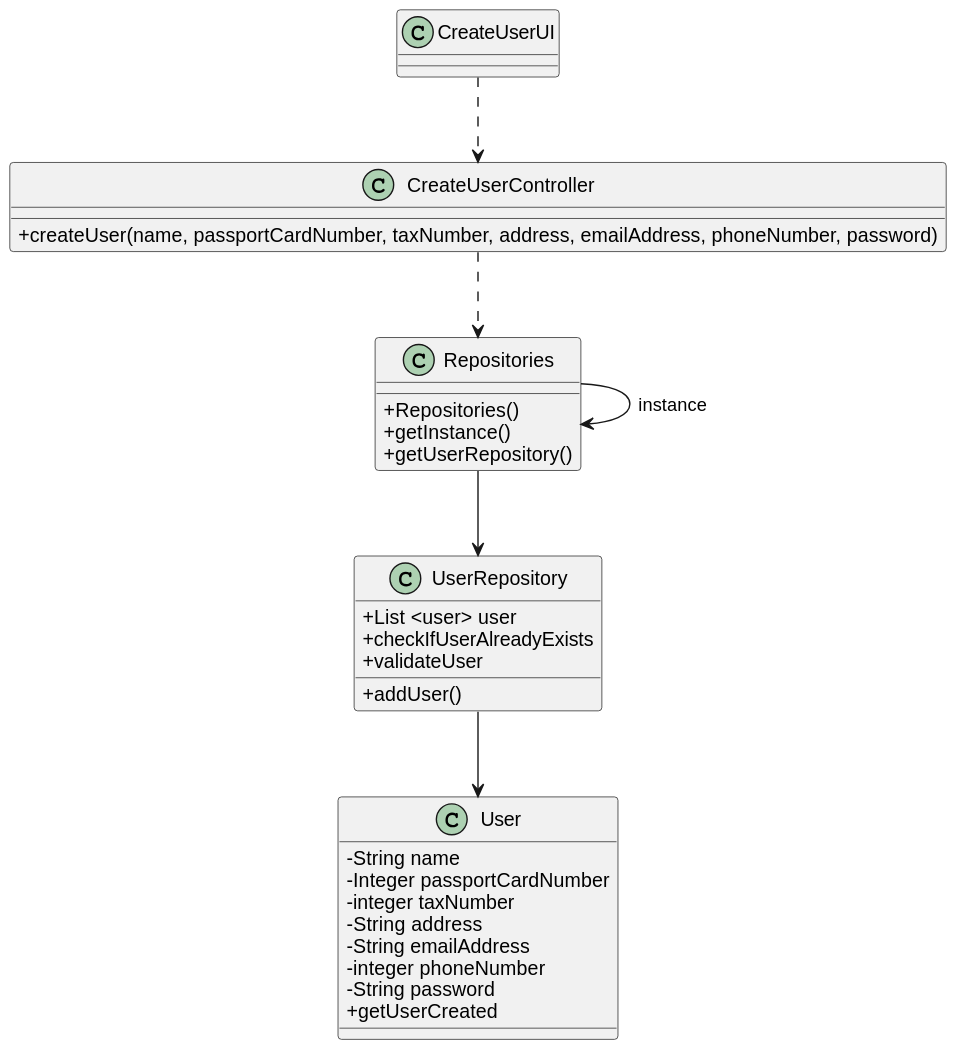
The PlantUML diagram docs/sprintB/us007/03.design/svg/us007-class-diagram.svg in 1220812/LAPR2, before a commit.
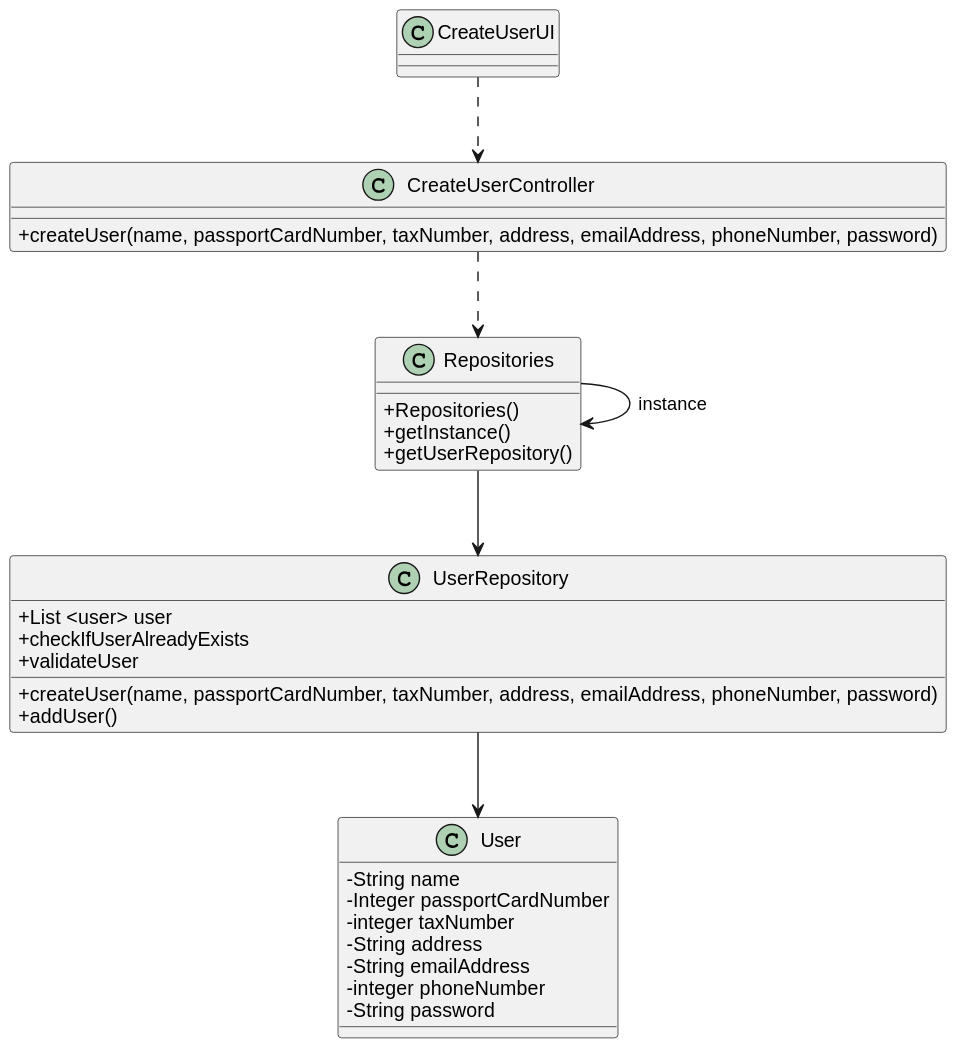
The same file after the commit.

What changed in the source:
```diff
@@ -21,6 +21,7 @@
 
 class UserRepository{
 + List <user> user
++ createUser(name, passportCardNumber, taxNumber, address, emailAddress, phoneNumber, password)
 +addUser()
 +checkIfUserAlreadyExists
 +validateUser
@@ -34,7 +35,6 @@
 - String emailAddress
 - integer phoneNumber
 - String password
-+ getUserCreated
 }
 
 CreateUserUI .-> CreateUserController
```
